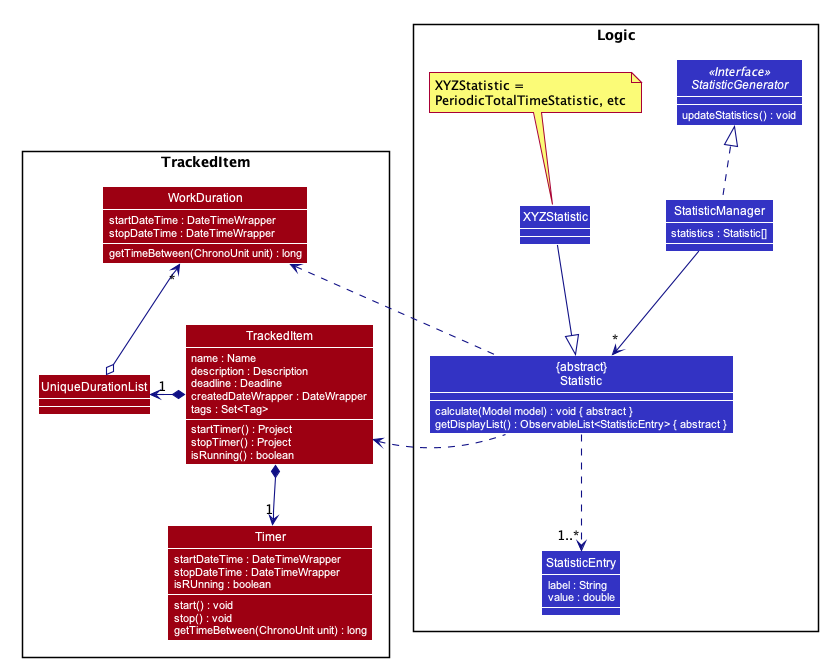
This is docs/images/TimerDurationClassDiagram.png from pr4aveen/tp, a PlantUML export, as it was before one commit.
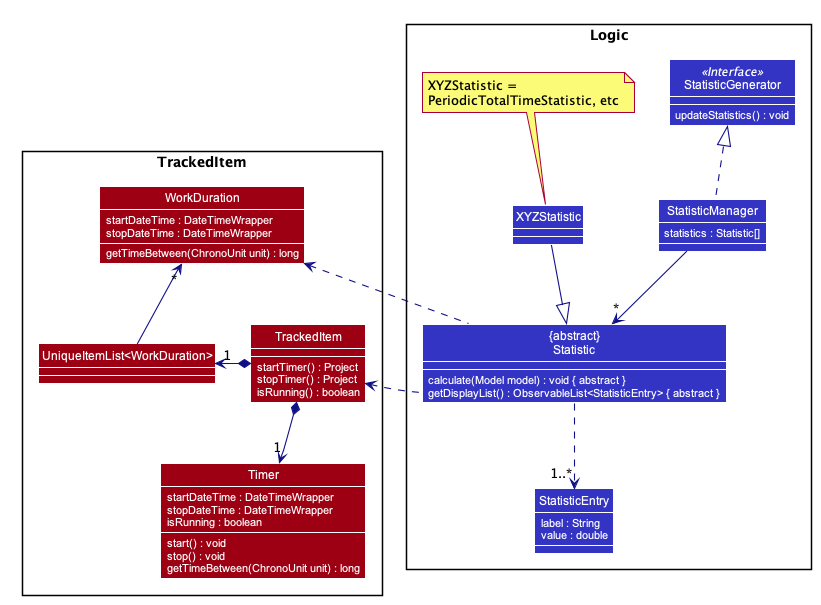
After the change.

The edit, as a diff of the source:
```diff
@@ -44,6 +44,13 @@
     FontName Arial
 }
 
+
+skinparam Object {
+    FontColor #FFFFFF
+    AttributeFontColor #FFFFFF
+    BackgroundColor #9D0012
+}
+
 skinparam MinClassWidth 50
 skinparam ParticipantPadding 10
 skinparam Shadowing false
@@ -57,11 +64,6 @@
 
 package TrackedItem {
 Class TrackedItem #9D0012 {
-    name : Name
-    description : Description
-    deadline : Deadline
-    createdDateWrapper : DateWrapper
-    tags : Set<Tag>
     startTimer() : Project
     stopTimer() : Project
     isRunning() : boolean
@@ -69,12 +71,12 @@
 Class Timer #9D0012 {
     startDateTime : DateTimeWrapper
     stopDateTime : DateTimeWrapper
-    isRUnning : boolean
+    isRunning : boolean
     start() : void
     stop() : void
     getTimeBetween(ChronoUnit unit) : long
 }
-Class UniqueDurationList #9D0012
+Class "UniqueItemList<WorkDuration>" #9D0012
 Class WorkDuration #9D0012 {
     startDateTime : DateTimeWrapper
     stopDateTime : DateTimeWrapper
@@ -85,7 +87,7 @@
 
 package Logic {
 
-Interface StatisticGenerator <<Interface>> #3333C4 {
+Class StatisticGenerator <<Interface>> #3333C4 {
     updateStatistics() : void
 }
 Class StatisticManager #3333C4 {
@@ -110,9 +112,9 @@
 Statistic ..> "1..*" StatisticEntry
 XYZStatistic --|> Statistic
 
-TrackedItem *-left-> "1" UniqueDurationList
+TrackedItem *-left-> "1" "UniqueItemList<WorkDuration>"
 TrackedItem *--> "1" Timer
-UniqueDurationList o-up-> "*" WorkDuration
+"UniqueItemList<WorkDuration>" -up-> "*" WorkDuration
 
 Statistic .left.> TrackedItem
 Statistic .left.> WorkDuration
```
